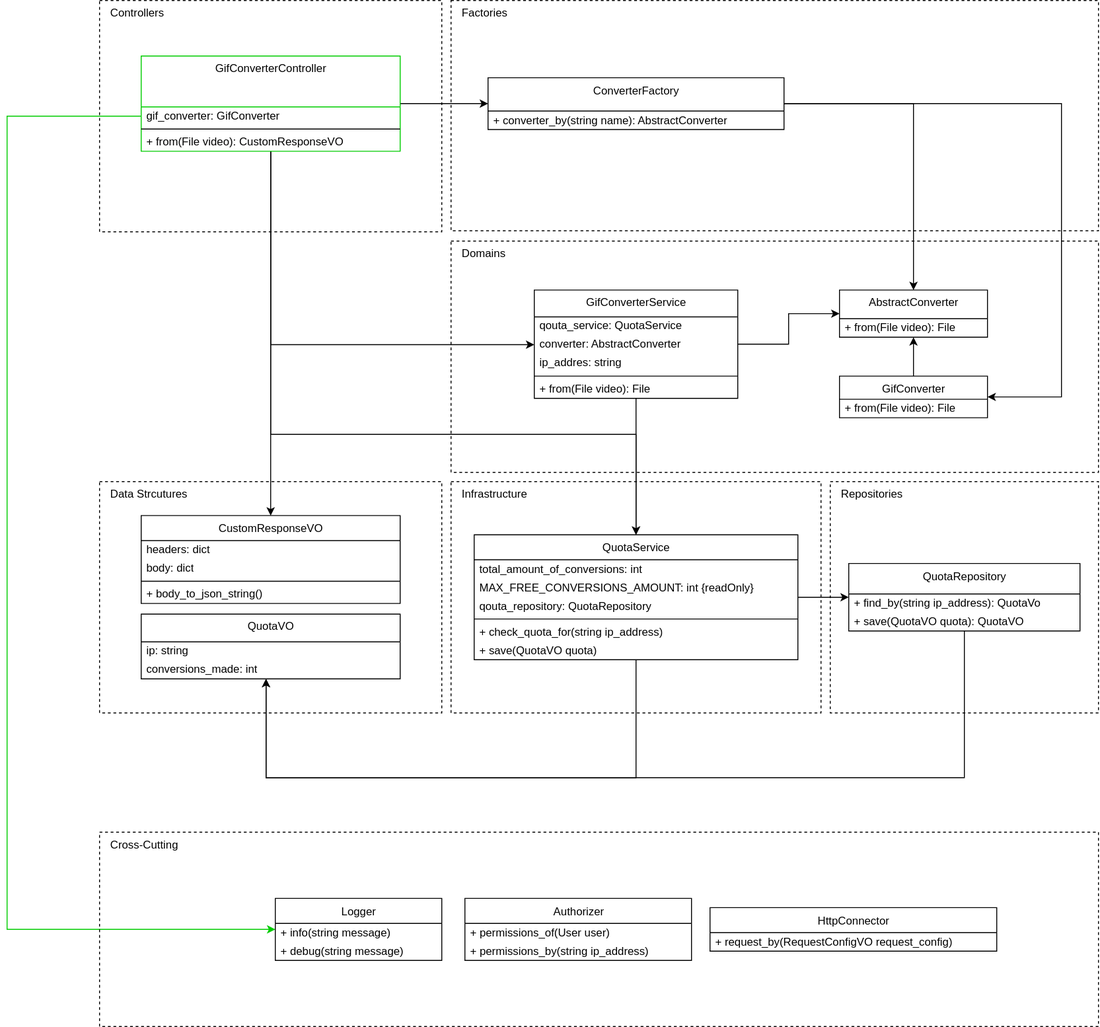
This is images/clean-code-clean-systems/SRPvsSoC-Cross-Cutting-Concerns.svg from GabrielSlima/blog, a draw.io export, as it was before one commit. Source tidied: cells renumbered, new cells last; positions are measured from the earlier drawing's top-left corner, leaving out a move shared by most shapes.
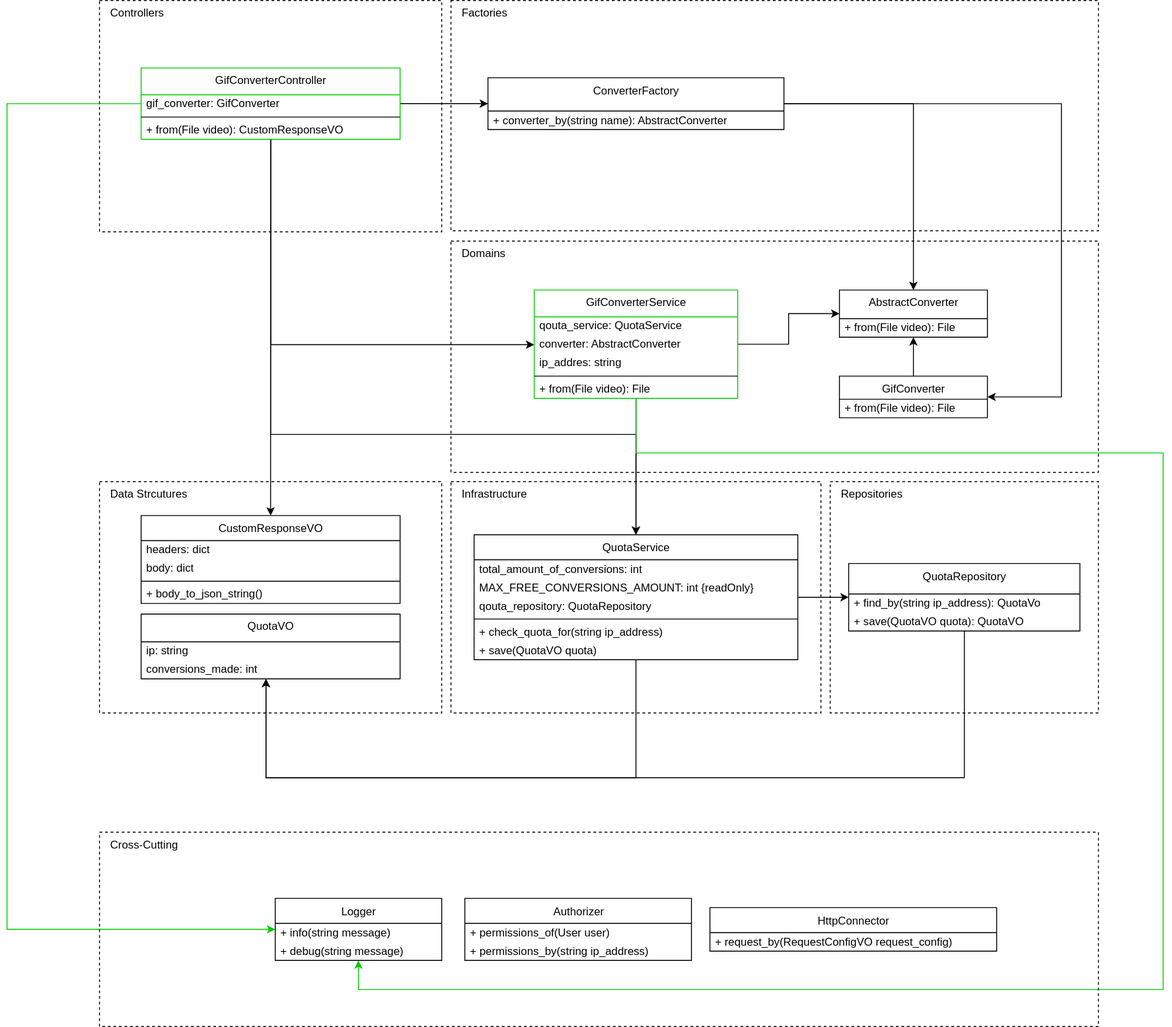
The same file after the commit.

What changed in the source:
```diff
@@ -8,7 +8,7 @@
     <mxCell id="3" style="edgeStyle=orthogonalEdgeStyle;rounded=0;jettySize=auto;html=1;strokeColor=#00CC00;" parent="1" edge="1" source="21" target="56">
       <mxGeometry relative="1" as="geometry">
         <Array as="points">
-          <mxPoint y="125" />
+          <mxPoint y="112" />
           <mxPoint y="1004" />
         </Array>
       </mxGeometry>
@@ -78,17 +78,17 @@
         </Array>
       </mxGeometry>
     </mxCell>
-    <mxCell id="21" value="GifConverterController" style="swimlane;fontStyle=0;align=center;verticalAlign=top;horizontal=1;startSize=55;html=1;fillColor=none;strokeColor=#00CC00;" parent="1" vertex="1">
-      <mxGeometry x="145" y="60" width="280" height="103" as="geometry" />
+    <mxCell id="21" value="GifConverterController" style="swimlane;fontStyle=0;align=center;verticalAlign=top;horizontal=1;startSize=29;html=1;fillColor=none;strokeColor=#00CC00;" parent="1" vertex="1">
+      <mxGeometry x="145" y="73" width="280" height="77" as="geometry" />
     </mxCell>
     <mxCell id="22" value="gif_converter: GifConverter" style="text;html=1;strokeColor=none;fillColor=none;align=left;verticalAlign=middle;spacingLeft=4;spacingRight=4;overflow=hidden;" parent="21" vertex="1">
-      <mxGeometry y="55" width="280" height="20" as="geometry" />
+      <mxGeometry y="29" width="280" height="20" as="geometry" />
     </mxCell>
     <mxCell id="23" style="line;strokeWidth=1;fillColor=none;align=left;verticalAlign=middle;spacingTop=-1;spacingLeft=3;spacingRight=3;labelPosition=right;" parent="21" vertex="1">
-      <mxGeometry y="75" width="280" height="8" as="geometry" />
+      <mxGeometry y="49" width="280" height="8" as="geometry" />
     </mxCell>
     <mxCell id="24" value="+ from(File video): CustomResponseVO" style="text;html=1;strokeColor=none;fillColor=none;align=left;verticalAlign=middle;spacingLeft=4;spacingRight=4;overflow=hidden;" parent="21" vertex="1">
-      <mxGeometry y="83" width="280" height="20" as="geometry" />
+      <mxGeometry y="57" width="280" height="20" as="geometry" />
     </mxCell>
     <mxCell id="25" style="edgeStyle=orthogonalEdgeStyle;rounded=0;jettySize=auto;html=1;" parent="1" edge="1" source="27" target="11">
       <mxGeometry relative="1" as="geometry" />
@@ -128,7 +128,17 @@
     <mxCell id="35" style="edgeStyle=orthogonalEdgeStyle;rounded=0;jettySize=auto;html=1;" parent="1" edge="1" source="36" target="8">
       <mxGeometry relative="1" as="geometry" />
     </mxCell>
+    <mxCell id="64" style="edgeStyle=orthogonalEdgeStyle;rounded=0;jettySize=auto;html=1;strokeColor=#00CC00;" parent="1" edge="1" source="36" target="56">
+      <mxGeometry relative="1" as="geometry">
+        <Array as="points">
+          <mxPoint x="680" y="489" />
+          <mxPoint x="1250" y="489" />
+          <mxPoint x="1250" y="1069" />
+          <mxPoint x="380" y="1069" />
+        </Array>
+      </mxGeometry>
+    </mxCell>
-    <mxCell id="36" value="GifConverterService" style="swimlane;fontStyle=0;align=center;verticalAlign=top;horizontal=1;startSize=29;html=1;fillColor=none;" parent="1" vertex="1">
+    <mxCell id="36" value="GifConverterService" style="swimlane;fontStyle=0;align=center;verticalAlign=top;horizontal=1;startSize=29;html=1;fillColor=none;strokeColor=#00CC00;" parent="1" vertex="1">
       <mxGeometry x="570" y="313" width="220" height="117" as="geometry" />
     </mxCell>
     <mxCell id="37" value="qouta_service: QuotaService" style="text;html=1;strokeColor=none;fillColor=none;align=left;verticalAlign=middle;spacingLeft=4;spacingRight=4;overflow=hidden;" parent="36" vertex="1">
```
